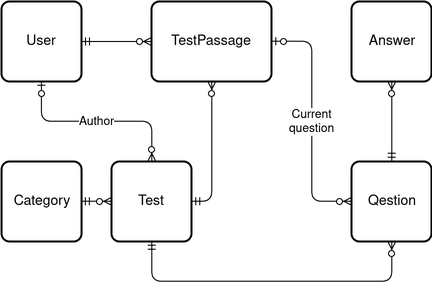
The draw.io diagram app/assets/images/TestGuru-ER.png in shuklineg/test-guru, before a commit. Source tidied: cells renumbered, new cells last; positions are measured from the earlier drawing's top-left corner, leaving out a move shared by most shapes.
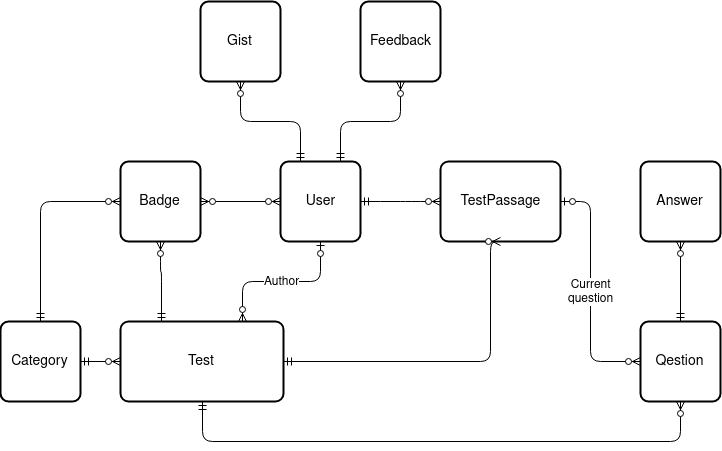
Later version of the same file.

Change to the diagram source:
```diff
@@ -8,8 +8,8 @@
     <mxCell id="3" style="fontSize=12;html=1;endArrow=ERzeroToMany;startArrow=ERmandOne;startFill=0;exitX=0.5;exitY=1;exitDx=0;exitDy=0;entryX=0.5;entryY=1;entryDx=0;entryDy=0;edgeStyle=orthogonalEdgeStyle;endFill=1;" parent="1" edge="1" source="6" target="8">
       <mxGeometry relative="1" as="geometry">
         <Array as="points">
-          <mxPoint x="150" y="280" />
-          <mxPoint x="390" y="280" />
+          <mxPoint x="112" y="480" />
+          <mxPoint x="590" y="480" />
         </Array>
       </mxGeometry>
     </mxCell>
@@ -17,22 +17,22 @@
       <mxGeometry relative="1" as="geometry" />
     </mxCell>
     <mxCell id="5" value="User&lt;br&gt;" style="strokeWidth=2;rounded=1;arcSize=10;whiteSpace=wrap;html=1;align=center;fontSize=14;" parent="1" vertex="1">
-      <mxGeometry width="80" height="80" as="geometry" />
+      <mxGeometry x="190" y="200" width="80" height="80" as="geometry" />
     </mxCell>
     <mxCell id="6" value="Test&lt;br&gt;" style="strokeWidth=2;rounded=1;arcSize=10;whiteSpace=wrap;html=1;align=center;fontSize=14;" parent="1" vertex="1">
-      <mxGeometry x="110" y="160" width="80" height="80" as="geometry" />
+      <mxGeometry x="30" y="360" width="163" height="80" as="geometry" />
     </mxCell>
     <mxCell id="7" value="Category&lt;br&gt;" style="strokeWidth=2;rounded=1;arcSize=10;whiteSpace=wrap;html=1;align=center;fontSize=14;" parent="1" vertex="1">
-      <mxGeometry x="0.1" y="160" width="80" height="80" as="geometry" />
+      <mxGeometry x="-89.9" y="360" width="80" height="80" as="geometry" />
     </mxCell>
     <mxCell id="8" value="Qestion" style="strokeWidth=2;rounded=1;arcSize=10;whiteSpace=wrap;html=1;align=center;fontSize=14;" parent="1" vertex="1">
-      <mxGeometry x="350" y="160" width="80" height="80" as="geometry" />
+      <mxGeometry x="550" y="360" width="80" height="80" as="geometry" />
     </mxCell>
     <mxCell id="9" value="Answer" style="strokeWidth=2;rounded=1;arcSize=10;whiteSpace=wrap;html=1;align=center;fontSize=14;" parent="1" vertex="1">
-      <mxGeometry x="350" width="80" height="80" as="geometry" />
+      <mxGeometry x="550" y="200" width="80" height="80" as="geometry" />
     </mxCell>
     <mxCell id="10" value="TestPassage&lt;br&gt;" style="strokeWidth=2;rounded=1;arcSize=10;whiteSpace=wrap;html=1;align=center;fontSize=14;" parent="1" vertex="1">
-      <mxGeometry x="150" width="120" height="80" as="geometry" />
+      <mxGeometry x="350" y="200" width="120" height="80" as="geometry" />
     </mxCell>
     <mxCell id="11" style="edgeStyle=entityRelationEdgeStyle;fontSize=12;html=1;endArrow=ERzeroToMany;endFill=1;startArrow=ERmandOne;startFill=0;" parent="1" edge="1" source="5" target="10">
       <mxGeometry relative="1" as="geometry" />
@@ -40,25 +40,69 @@
     <mxCell id="12" style="fontSize=12;html=1;endArrow=ERzeroToMany;endFill=1;exitX=1;exitY=0.5;exitDx=0;exitDy=0;entryX=0.5;entryY=1;entryDx=0;entryDy=0;startArrow=ERmandOne;startFill=0;edgeStyle=orthogonalEdgeStyle;" parent="1" edge="1" source="6" target="10">
       <mxGeometry relative="1" as="geometry">
         <Array as="points">
-          <mxPoint x="210" y="200" />
+          <mxPoint x="400" y="400" />
         </Array>
       </mxGeometry>
     </mxCell>
-    <mxCell id="13" value="Author" style="fontSize=12;html=1;endArrow=ERzeroToMany;endFill=1;exitX=0.5;exitY=1;exitDx=0;exitDy=0;startArrow=ERzeroToOne;startFill=1;edgeStyle=orthogonalEdgeStyle;entryX=0.5;entryY=0;entryDx=0;entryDy=0;" parent="1" edge="1" source="5" target="6">
+    <mxCell id="13" value="Author" style="fontSize=12;html=1;endArrow=ERzeroToMany;endFill=1;startArrow=ERzeroToOne;startFill=1;edgeStyle=orthogonalEdgeStyle;entryX=0.75;entryY=0;entryDx=0;entryDy=0;exitX=0.5;exitY=1;exitDx=0;exitDy=0;" parent="1" edge="1" source="5" target="6">
       <mxGeometry relative="1" as="geometry">
         <Array as="points">
-          <mxPoint x="40" y="120" />
-          <mxPoint x="150" y="120" />
+          <mxPoint x="230" y="320" />
+          <mxPoint x="152" y="320" />
         </Array>
       </mxGeometry>
     </mxCell>
     <mxCell id="14" value="Current&lt;br&gt;question" style="fontSize=12;html=1;endArrow=ERzeroToMany;endFill=1;exitX=1;exitY=0.5;exitDx=0;exitDy=0;entryX=0;entryY=0.5;entryDx=0;entryDy=0;startArrow=ERzeroToOne;startFill=1;edgeStyle=orthogonalEdgeStyle;" parent="1" edge="1" source="10" target="8">
       <mxGeometry relative="1" as="geometry">
         <Array as="points">
-          <mxPoint x="310" y="40" />
-          <mxPoint x="310" y="200" />
+          <mxPoint x="500" y="240" />
+          <mxPoint x="500" y="400" />
         </Array>
       </mxGeometry>
     </mxCell>
+    <mxCell id="15" value="Feedback&lt;br&gt;" style="strokeWidth=2;rounded=1;arcSize=10;whiteSpace=wrap;html=1;align=center;fontSize=14;" parent="1" vertex="1">
+      <mxGeometry x="270" y="40" width="80" height="80" as="geometry" />
+    </mxCell>
+    <mxCell id="16" value="Gist&lt;br&gt;" style="strokeWidth=2;rounded=1;arcSize=10;whiteSpace=wrap;html=1;align=center;fontSize=14;" parent="1" vertex="1">
+      <mxGeometry x="110" y="40" width="80" height="80" as="geometry" />
+    </mxCell>
+    <mxCell id="17" value="Badge&lt;br&gt;" style="strokeWidth=2;rounded=1;arcSize=10;whiteSpace=wrap;html=1;align=center;fontSize=14;" parent="1" vertex="1">
+      <mxGeometry x="30" y="200" width="80" height="80" as="geometry" />
+    </mxCell>
+    <mxCell id="18" style="fontSize=12;html=1;endArrow=ERzeroToMany;endFill=1;startArrow=ERmandOne;startFill=0;edgeStyle=orthogonalEdgeStyle;entryX=0.5;entryY=1;entryDx=0;entryDy=0;exitX=0.25;exitY=0;exitDx=0;exitDy=0;" parent="1" edge="1" source="5" target="16">
+      <mxGeometry relative="1" as="geometry">
+        <Array as="points">
+          <mxPoint x="210" y="160" />
+          <mxPoint x="150" y="160" />
+        </Array>
+      </mxGeometry>
+    </mxCell>
+    <mxCell id="19" style="fontSize=12;html=1;endArrow=ERzeroToMany;endFill=1;startArrow=ERmandOne;startFill=0;edgeStyle=orthogonalEdgeStyle;entryX=0.5;entryY=1;entryDx=0;entryDy=0;exitX=0.75;exitY=0;exitDx=0;exitDy=0;" parent="1" edge="1" source="5" target="15">
+      <mxGeometry relative="1" as="geometry">
+        <Array as="points">
+          <mxPoint x="250" y="160" />
+          <mxPoint x="310" y="160" />
+          <mxPoint x="310" y="120" />
+        </Array>
+      </mxGeometry>
+    </mxCell>
+    <mxCell id="20" style="fontSize=12;html=1;endArrow=ERzeroToMany;endFill=1;startArrow=ERmandOne;startFill=0;edgeStyle=orthogonalEdgeStyle;entryX=0.5;entryY=1;entryDx=0;entryDy=0;exitX=0.25;exitY=0;exitDx=0;exitDy=0;" parent="1" edge="1" source="6" target="17">
+      <mxGeometry relative="1" as="geometry">
+        <Array as="points">
+          <mxPoint x="71" y="310" />
+          <mxPoint x="70" y="310" />
+        </Array>
+      </mxGeometry>
+    </mxCell>
+    <mxCell id="21" style="fontSize=12;html=1;endArrow=ERzeroToMany;endFill=1;startArrow=ERmandOne;startFill=0;edgeStyle=orthogonalEdgeStyle;entryX=0;entryY=0.5;entryDx=0;entryDy=0;exitX=0.5;exitY=0;exitDx=0;exitDy=0;" parent="1" edge="1" source="7" target="17">
+      <mxGeometry relative="1" as="geometry">
+        <Array as="points">
+          <mxPoint x="-50" y="240" />
+        </Array>
+      </mxGeometry>
+    </mxCell>
+    <mxCell id="22" style="fontSize=12;html=1;endArrow=ERzeroToMany;endFill=1;startArrow=ERzeroToMany;startFill=1;edgeStyle=orthogonalEdgeStyle;exitX=1;exitY=0.5;exitDx=0;exitDy=0;entryX=0;entryY=0.5;entryDx=0;entryDy=0;" parent="1" edge="1" source="17" target="5">
+      <mxGeometry relative="1" as="geometry" />
+    </mxCell>
   </root>
 </mxGraphModel>
```
